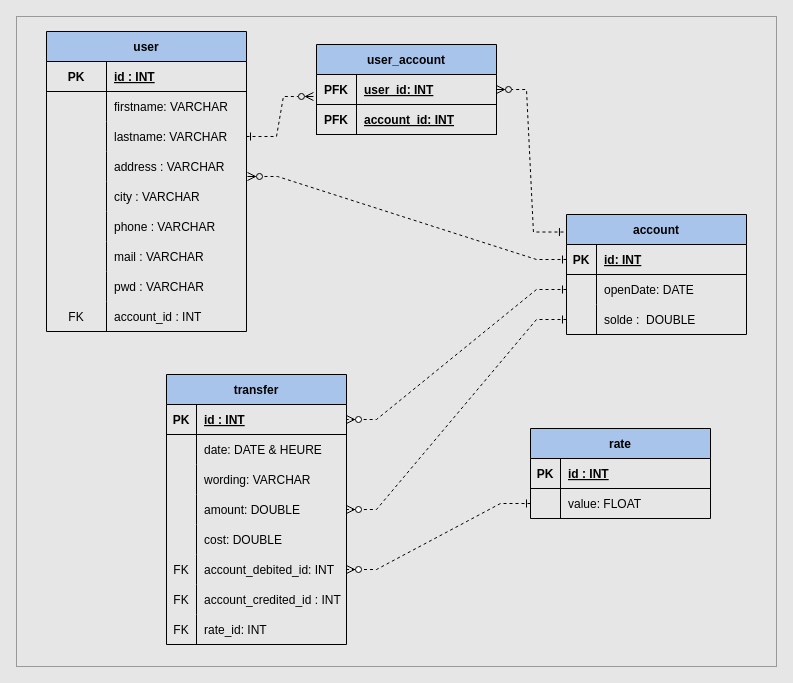
Earlier version of the draw.io diagram diagrammes/DiagrammeMLD.drawio (PascalChatard/apipaymybuddy). Source tidied: cells renumbered, new cells numbered last; positions are measured from the earlier drawing's top-left corner, leaving out a move shared by most shapes. Both pictures are drawn from the tidied source at 100%, with x=0, y=0 at pixel (16, 16).
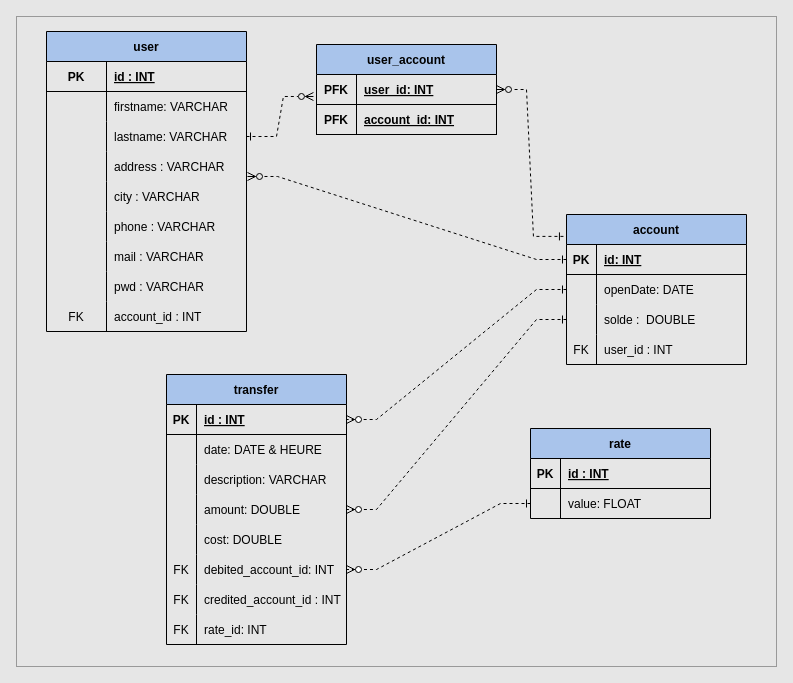
Above is the later version.

Commit message (it also covers changes not shown here):
Update MCD/MLD diagrams

Unchanged cells that the change refers to:
```xml
<mxCell id="48" style="shape=tableRow;horizontal=0;startSize=0;swimlaneHead=0;swimlaneBody=0;fillColor=none;top=0;left=0;right=0;bottom=0;" parent="41" vertex="1">
  <mxGeometry y="90" width="180" height="30" as="geometry" />
</mxCell>
<mxCell id="57" style="shape=tableRow;horizontal=0;startSize=0;swimlaneHead=0;swimlaneBody=0;fillColor=none;points=[[0,0.5],[1,0.5]];portConstraint=eastwest;top=0;left=0;right=0;bottom=0;" parent="41" vertex="1">
  <mxGeometry y="180" width="180" height="30" as="geometry" />
</mxCell>
<mxCell id="60" style="shape=tableRow;horizontal=0;startSize=0;swimlaneHead=0;swimlaneBody=0;fillColor=none;top=0;left=0;right=0;bottom=0;" parent="41" vertex="1">
  <mxGeometry y="210" width="180" height="30" as="geometry" />
</mxCell>
```

Diff of the diagram source:
```diff
@@
     <mxCell id="3" value="account" style="shape=table;startSize=30;childLayout=tableLayout;rowLines=0;fontStyle=1;align=center;labelBackgroundColor=none;fillColor=#A9C4EB;" parent="1" vertex="1">
-      <mxGeometry x="550" y="198" width="180" height="120" as="geometry" />
+      <mxGeometry x="550" y="198" width="180" height="150" as="geometry" />
     </mxCell>
@@
+    <mxCell id="86" style="shape=tableRow;horizontal=0;startSize=0;swimlaneHead=0;swimlaneBody=0;fillColor=none;top=0;left=0;right=0;bottom=0;" parent="3" vertex="1">
+      <mxGeometry y="120" width="180" height="30" as="geometry" />
+    </mxCell>
+    <mxCell id="87" value="FK" style="shape=partialRectangle;fillColor=none;top=0;left=0;bottom=0;right=0;overflow=hidden;" parent="86" vertex="1">
+      <mxGeometry width="30" height="30" as="geometry" />
+    </mxCell>
+    <mxCell id="88" value="user_id : INT" style="shape=partialRectangle;fillColor=none;top=0;left=0;bottom=0;right=0;align=left;spacingLeft=6;overflow=hidden;" parent="86" vertex="1">
+      <mxGeometry x="30" width="150" height="30" as="geometry" />
+    </mxCell>
@@
-    <mxCell id="50" value="wording: VARCHAR" style="shape=partialRectangle;fillColor=none;top=0;left=0;bottom=0;right=0;align=left;spacingLeft=6;overflow=hidden;" parent="48" vertex="1">
+    <mxCell id="50" value="description: VARCHAR" style="shape=partialRectangle;fillColor=none;top=0;left=0;bottom=0;right=0;align=left;spacingLeft=6;overflow=hidden;" parent="48" vertex="1">
       <mxGeometry x="30" width="150" height="30" as="geometry" />
     </mxCell>
@@
-    <mxCell id="59" value="account_debited_id: INT" style="shape=partialRectangle;fillColor=none;top=0;left=0;bottom=0;right=0;align=left;spacingLeft=6;overflow=hidden;" parent="57" vertex="1">
+    <mxCell id="59" value="debited_account_id: INT" style="shape=partialRectangle;fillColor=none;top=0;left=0;bottom=0;right=0;align=left;spacingLeft=6;overflow=hidden;" parent="57" vertex="1">
       <mxGeometry x="30" width="150" height="30" as="geometry" />
     </mxCell>
@@
-    <mxCell id="62" value="account_credited_id : INT" style="shape=partialRectangle;fillColor=none;top=0;left=0;bottom=0;right=0;align=left;spacingLeft=6;overflow=hidden;" parent="60" vertex="1">
+    <mxCell id="62" value="credited_account_id : INT" style="shape=partialRectangle;fillColor=none;top=0;left=0;bottom=0;right=0;align=left;spacingLeft=6;overflow=hidden;" parent="60" vertex="1">
       <mxGeometry x="30" width="150" height="30" as="geometry" />
     </mxCell>
```
